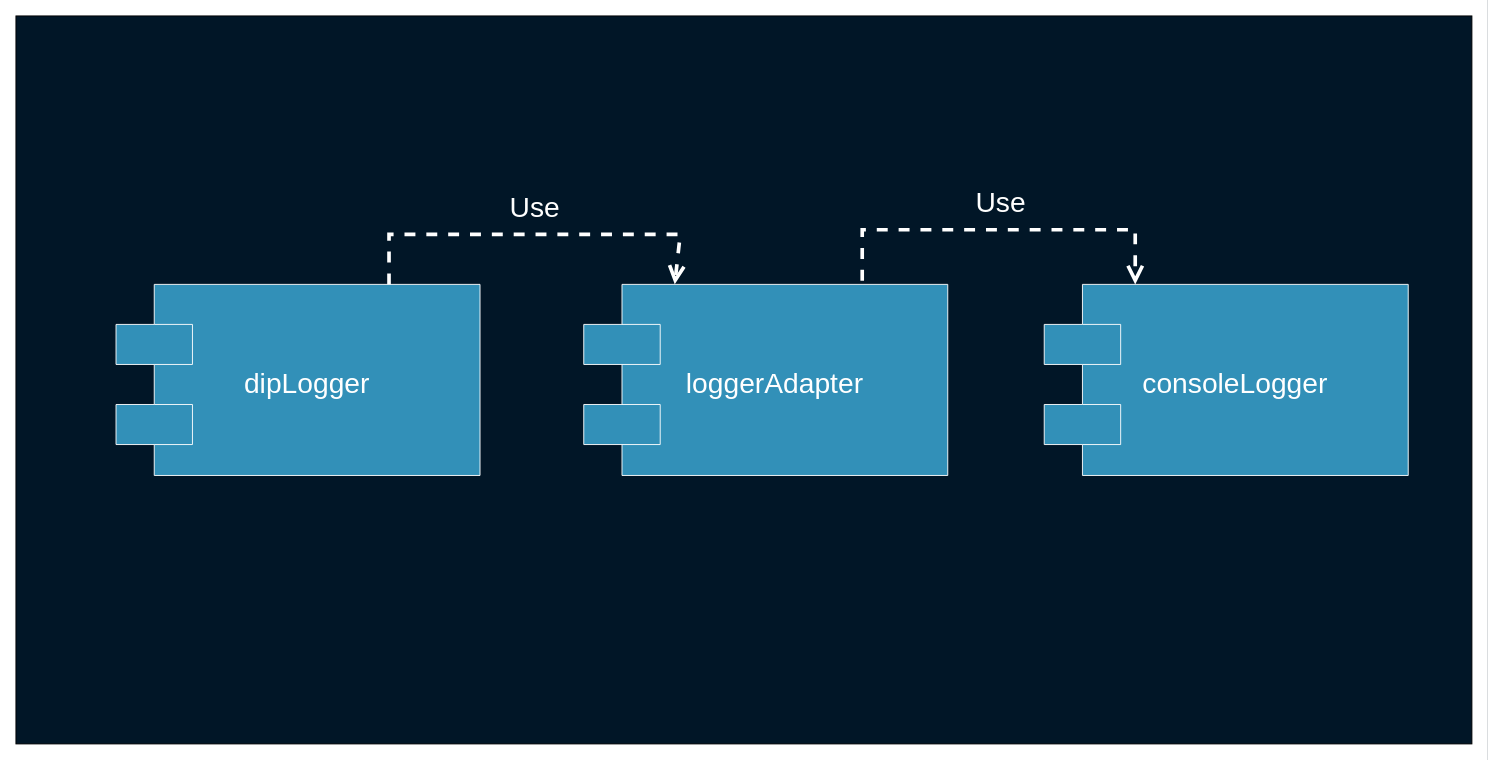
The draw.io diagram deck/ru/diagrams/naive.drawio in softspiders/dip-in-ca-deck, before the edit. Source tidied: cells renumbered, new cells numbered last; positions are measured from the earlier drawing's top-left corner, leaving out a move shared by most shapes. Both pictures are drawn from the tidied source at 91%, with x=0, y=0 at pixel (15, 15).
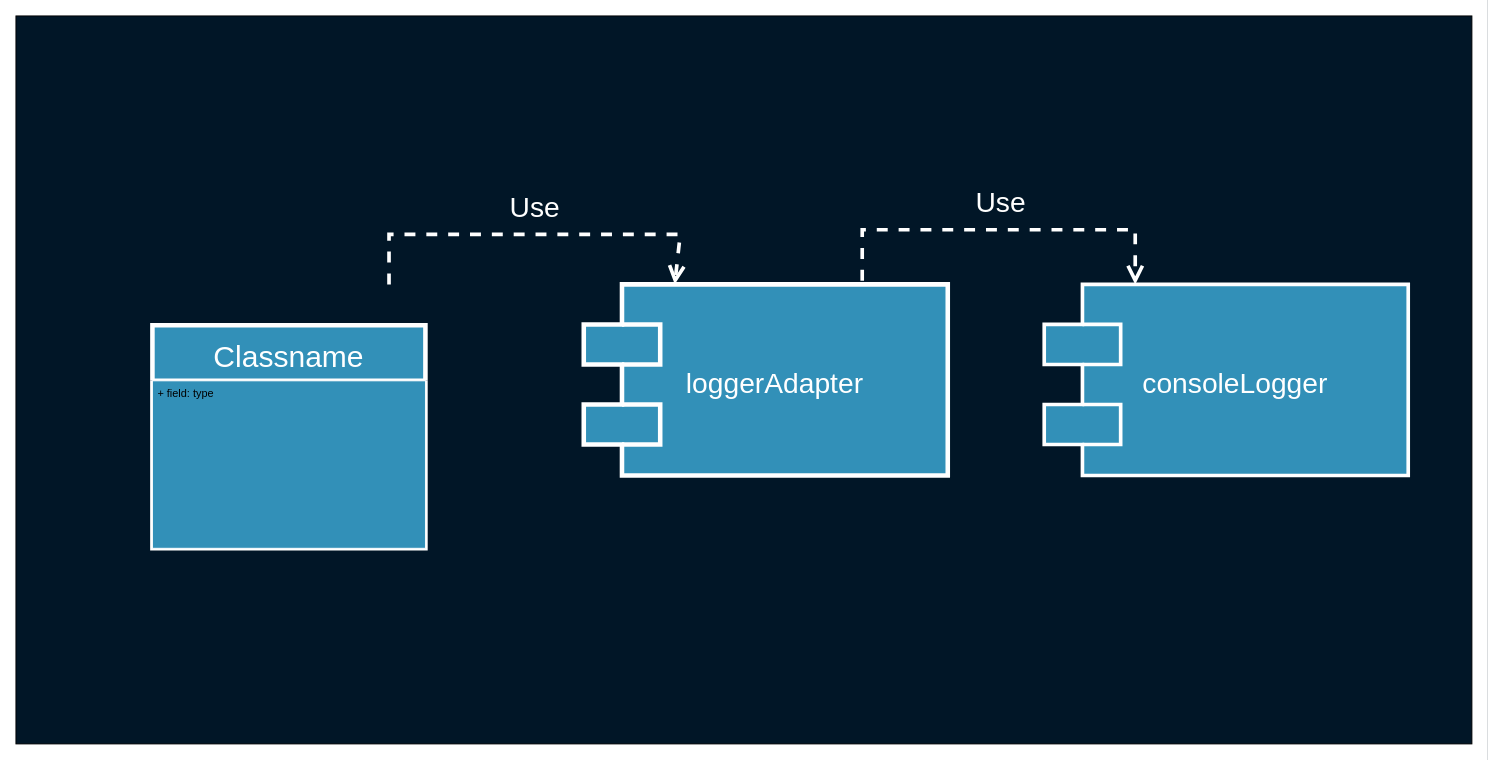
The same page after the edit.

What changed in the source:
```diff
@@
 <mxGraphModel background="#ffffff">
   <root>
     <mxCell id="0" />
     <mxCell id="1" parent="0" />
     <mxCell id="2" style="rounded=0;whiteSpace=wrap;html=1;fillColor=#011627;fontSize=30;fontColor=#FFFFFF;strokeColor=#000000;" parent="1" vertex="1">
       <mxGeometry width="1600" height="800" as="geometry" />
     </mxCell>
-    <mxCell id="3" value="dipLogger" style="shape=module;align=center;spacingLeft=20;align=center;verticalAlign=middle;fontSize=31;fillColor=#3290B8;fontColor=#FFFFFF;labelPosition=center;verticalLabelPosition=middle;jettyWidth=84;jettyHeight=44;strokeColor=#FFFFFF;" parent="1" vertex="1">
-      <mxGeometry x="110" y="295" width="400" height="210" as="geometry" />
-    </mxCell>
-    <mxCell id="4" value="loggerAdapter" style="shape=module;align=center;spacingLeft=20;align=center;verticalAlign=middle;fontSize=31;fillColor=#3290B8;fontColor=#FFFFFF;labelPosition=center;verticalLabelPosition=middle;jettyWidth=84;jettyHeight=44;strokeColor=#FFFFFF;" parent="1" vertex="1">
+    <mxCell id="4" value="loggerAdapter" style="shape=module;align=center;spacingLeft=20;align=center;verticalAlign=middle;fontSize=31;fillColor=#3290B8;fontColor=#FFFFFF;labelPosition=center;verticalLabelPosition=middle;jettyWidth=84;jettyHeight=44;strokeColor=#FFFFFF;strokeWidth=5;" parent="1" vertex="1">
       <mxGeometry x="624" y="295" width="400" height="210" as="geometry" />
     </mxCell>
-    <mxCell id="5" value="consoleLogger" style="shape=module;align=center;spacingLeft=20;align=center;verticalAlign=middle;fontSize=31;fillColor=#3290B8;fontColor=#FFFFFF;labelPosition=center;verticalLabelPosition=middle;jettyWidth=84;jettyHeight=44;strokeColor=#FFFFFF;" parent="1" vertex="1">
+    <mxCell id="5" value="consoleLogger" style="shape=module;align=center;spacingLeft=20;align=center;verticalAlign=middle;fontSize=31;fillColor=#3290B8;fontColor=#FFFFFF;labelPosition=center;verticalLabelPosition=middle;jettyWidth=84;jettyHeight=44;strokeColor=#FFFFFF;strokeWidth=4;" parent="1" vertex="1">
       <mxGeometry x="1130" y="295" width="400" height="210" as="geometry" />
     </mxCell>
-    <mxCell id="6" value="Use" style="endArrow=open;endSize=12;dashed=1;html=1;fontSize=31;fontColor=#FFFFFF;strokeColor=#FFFFFF;entryX=0.25;entryY=0;entryDx=0;entryDy=0;strokeWidth=4;exitX=0.75;exitY=0;exitDx=0;exitDy=0;labelBackgroundColor=none;rounded=0;" parent="1" edge="1" source="3" target="4">
+    <mxCell id="6" value="Use" style="endArrow=open;endSize=12;dashed=1;html=1;fontSize=31;fontColor=#FFFFFF;strokeColor=#FFFFFF;entryX=0.25;entryY=0;entryDx=0;entryDy=0;strokeWidth=4;exitX=0.75;exitY=0;exitDx=0;exitDy=0;labelBackgroundColor=none;rounded=0;" parent="1" edge="1" target="4">
       <mxGeometry y="30" relative="1" as="geometry">
+        <mxPoint x="410" y="295" as="sourcePoint" />
         <Array as="points">
           <mxPoint x="410" y="240" />
           <mxPoint x="730" y="240" />
         </Array>
       </mxGeometry>
     </mxCell>
     <mxCell id="7" value="Use" style="endArrow=open;endSize=12;dashed=1;html=1;fontSize=31;fontColor=#FFFFFF;strokeColor=#FFFFFF;entryX=0.25;entryY=0;entryDx=0;entryDy=0;strokeWidth=4;labelBackgroundColor=none;rounded=0;" parent="1" edge="1" target="5">
       <mxGeometry y="30" relative="1" as="geometry">
         <mxPoint x="930" y="291" as="sourcePoint" />
         <Array as="points">
           <mxPoint x="930" y="235" />
           <mxPoint x="1230" y="235" />
         </Array>
       </mxGeometry>
     </mxCell>
+    <mxCell id="8" value="Classname" style="swimlane;fontStyle=0;horizontal=1;startSize=61;fillColor=#3290B8;strokeColor=#FFFFFF;strokeWidth=5;fontSize=33;fontColor=#FFFFFF;" parent="1" vertex="1">
+      <mxGeometry x="150" y="340" width="300" height="245" as="geometry" />
+    </mxCell>
+    <mxCell id="9" value="+ field: type" style="text;strokeColor=#FFFFFF;fillColor=#3290B8;align=left;verticalAlign=top;spacingLeft=4;spacingRight=4;overflow=hidden;strokeWidth=1;" parent="8" vertex="1">
+      <mxGeometry y="61" width="300" height="184" as="geometry" />
+    </mxCell>
   </root>
 </mxGraphModel>
```
